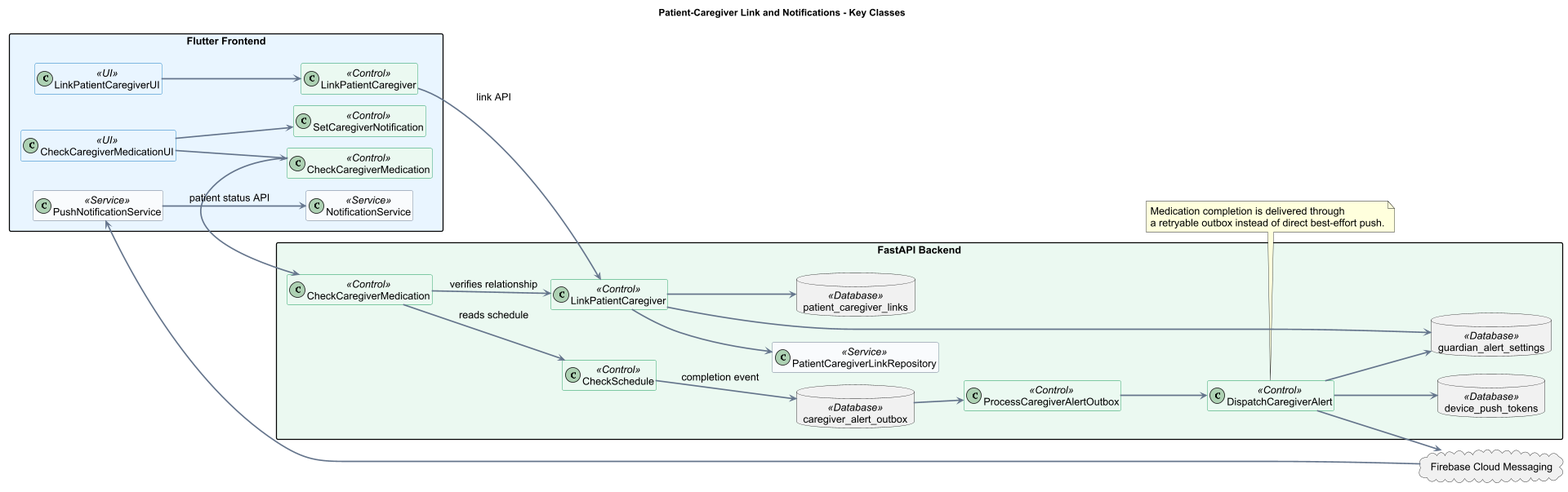
Earlier version of the PlantUML export docs/UML/class/04_CaregiverNotifications.png (1window2/MedBuddy).
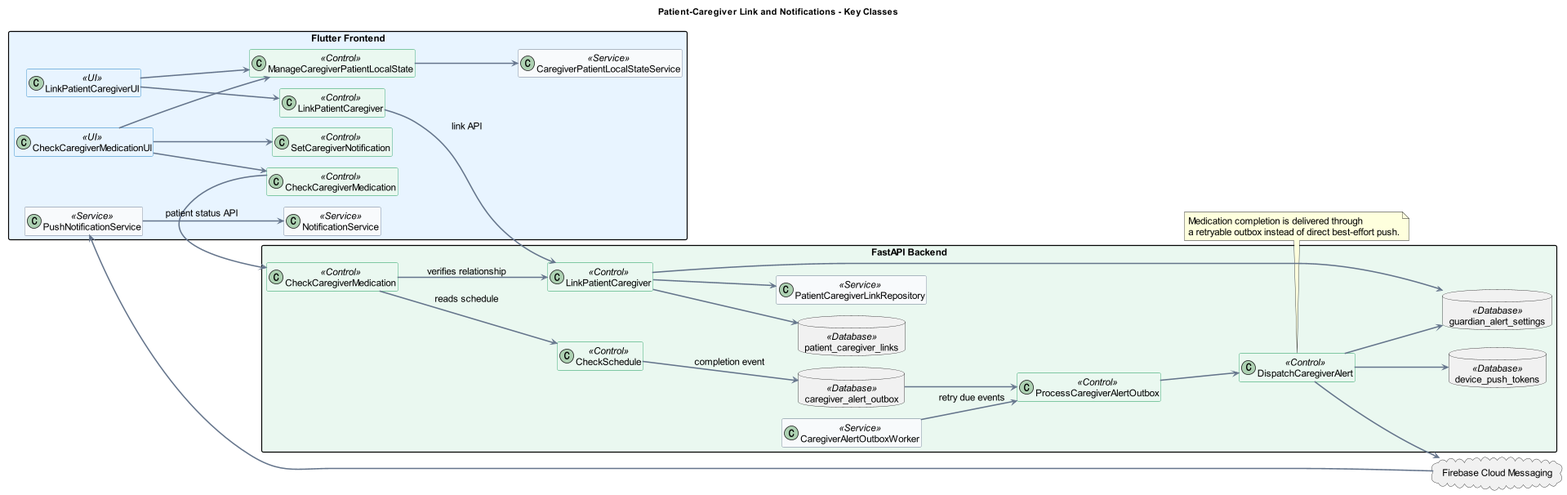
The same diagram one commit later.

Change to the diagram source:
```diff
@@ -32,8 +32,10 @@
   class LinkPatientCaregiverUI <<UI>>
   class CheckCaregiverMedicationUI <<UI>>
   class "LinkPatientCaregiver" as FLinkPatientCaregiver <<Control>>
+  class ManageCaregiverPatientLocalState <<Control>>
   class "CheckCaregiverMedication" as FCheckCaregiverMedication <<Control>>
   class "SetCaregiverNotification" as FSetCaregiverNotification <<Control>>
+  class CaregiverPatientLocalStateService <<Service>>
   class PushNotificationService <<Service>>
   class NotificationService <<Service>>
 }
@@ -44,6 +46,7 @@
   class "CheckSchedule" as BCheckSchedule <<Control>>
   class DispatchCaregiverAlert <<Control>>
   class ProcessCaregiverAlertOutbox <<Control>>
+  class CaregiverAlertOutboxWorker <<Service>>
   class PatientCaregiverLinkRepository <<Service>>
   database "patient_caregiver_links" as DBPatientCaregiverLink <<Database>>
   database "guardian_alert_settings" as DBCaregiverNotification <<Database>>
@@ -54,8 +57,11 @@
 cloud "Firebase Cloud Messaging" as FCM
 
 LinkPatientCaregiverUI --> FLinkPatientCaregiver
+LinkPatientCaregiverUI --> ManageCaregiverPatientLocalState
 CheckCaregiverMedicationUI --> FCheckCaregiverMedication
 CheckCaregiverMedicationUI --> FSetCaregiverNotification
+CheckCaregiverMedicationUI --> ManageCaregiverPatientLocalState
+ManageCaregiverPatientLocalState --> CaregiverPatientLocalStateService
 
 FLinkPatientCaregiver --> BLinkPatientCaregiver : link API
 FCheckCaregiverMedication --> BCheckCaregiverMedication : patient status API
@@ -67,6 +73,7 @@
 BCheckCaregiverMedication --> BCheckSchedule : reads schedule
 BCheckSchedule --> DBCaregiverAlertOutbox : completion event
 DBCaregiverAlertOutbox --> ProcessCaregiverAlertOutbox
+CaregiverAlertOutboxWorker --> ProcessCaregiverAlertOutbox : retry due events
 ProcessCaregiverAlertOutbox --> DispatchCaregiverAlert
 DispatchCaregiverAlert --> DBCaregiverNotification
 DispatchCaregiverAlert --> DBDevicePushToken
```
